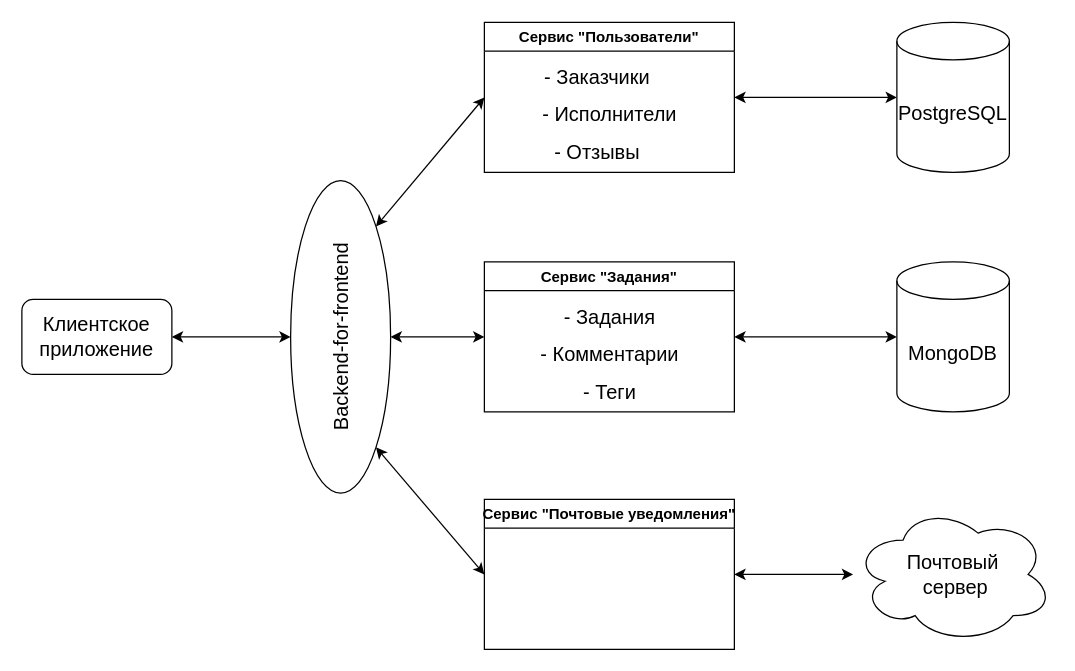
The draw.io diagram page "1_схема_приложения" (1 of 2) of specification.drawio in SergeyZasimov/taskforce, before the edit. Source tidied: cells renumbered, new cells numbered last; positions are measured from the earlier drawing's top-left corner, leaving out a move shared by most shapes. Both pictures are drawn from the tidied source at 125%, with x=0, y=0 at pixel (21, 21).
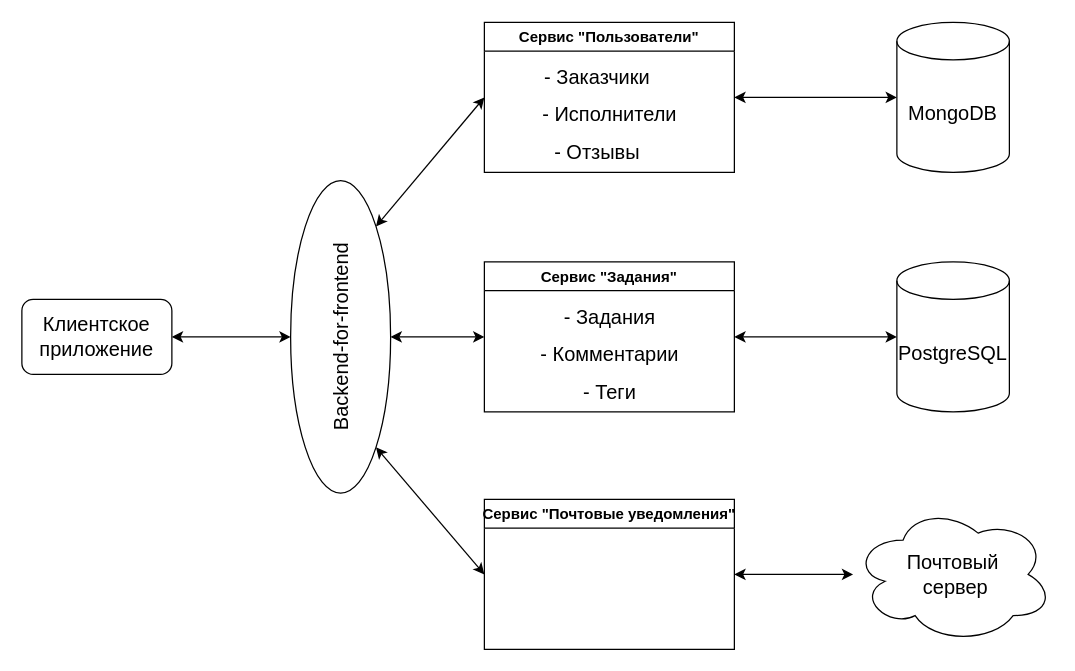
After the change.

Change to the diagram source:
```diff
@@
-    <mxCell id="17" value="&lt;font style=&quot;font-size: 16px;&quot;&gt;PostgreSQL&lt;/font&gt;" style="shape=cylinder3;whiteSpace=wrap;html=1;boundedLbl=1;backgroundOutline=1;size=15;" parent="1" vertex="1">
+    <mxCell id="17" value="&lt;span style=&quot;font-size: 16px&quot;&gt;MongoDB&lt;/span&gt;" style="shape=cylinder3;whiteSpace=wrap;html=1;boundedLbl=1;backgroundOutline=1;size=15;" parent="1" vertex="1">
       <mxGeometry x="700" y="0.4" width="90" height="120" as="geometry" />
     </mxCell>
-    <mxCell id="18" value="&lt;font style=&quot;font-size: 16px;&quot;&gt;MongoDB&lt;/font&gt;" style="shape=cylinder3;whiteSpace=wrap;html=1;boundedLbl=1;backgroundOutline=1;size=15;" parent="1" vertex="1">
+    <mxCell id="18" value="&lt;font style=&quot;font-size: 16px&quot;&gt;PostgreSQL&lt;/font&gt;" style="shape=cylinder3;whiteSpace=wrap;html=1;boundedLbl=1;backgroundOutline=1;size=15;" parent="1" vertex="1">
       <mxGeometry x="700" y="192" width="90" height="120" as="geometry" />
     </mxCell>
```
